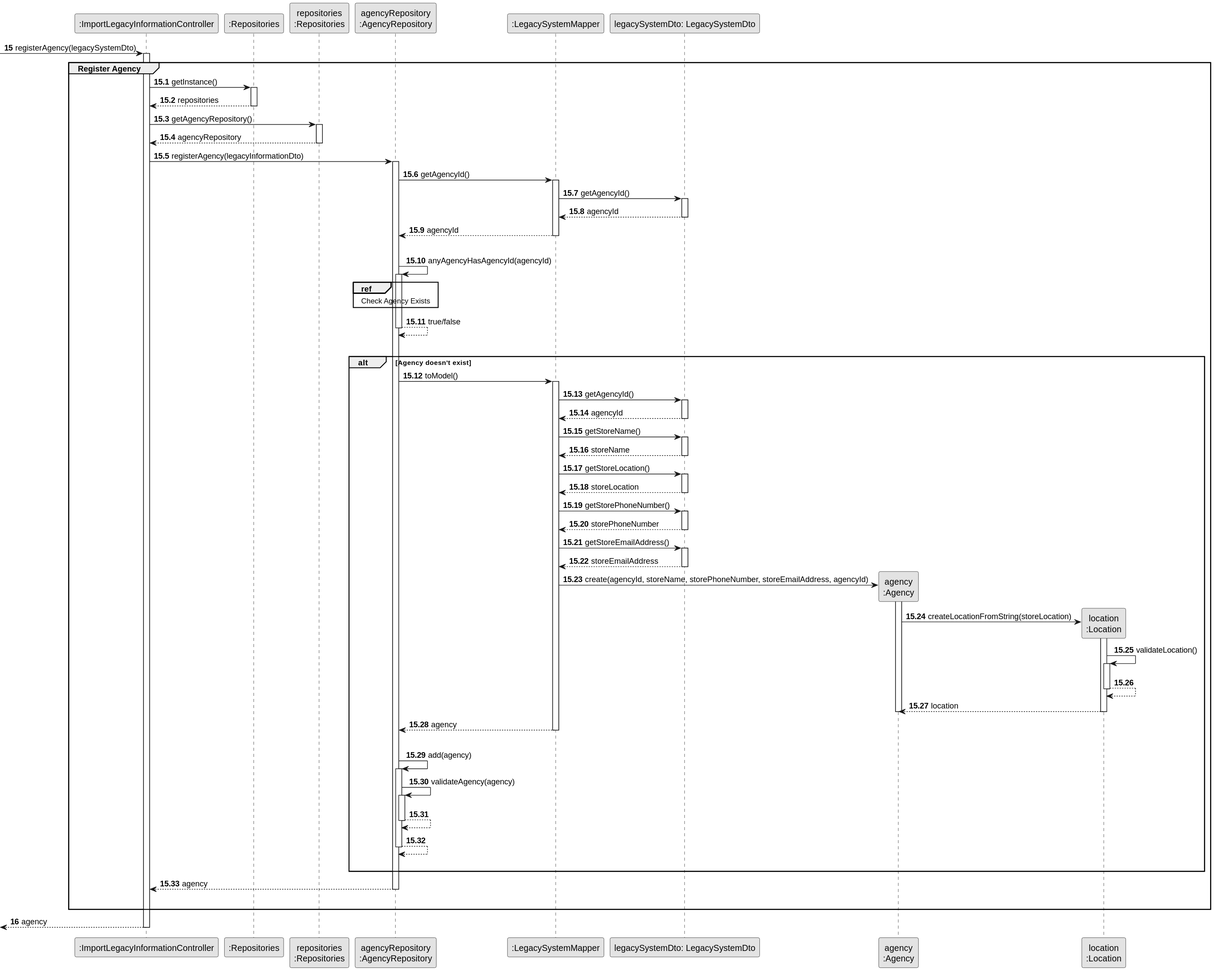
rita-barbosa/LAPR2-2223 keeps this PlantUML diagram as docs/sprintC/us012/03.design/svg/us012-sequence-diagram-partial-register-agency.svg. Above is the earlier version.
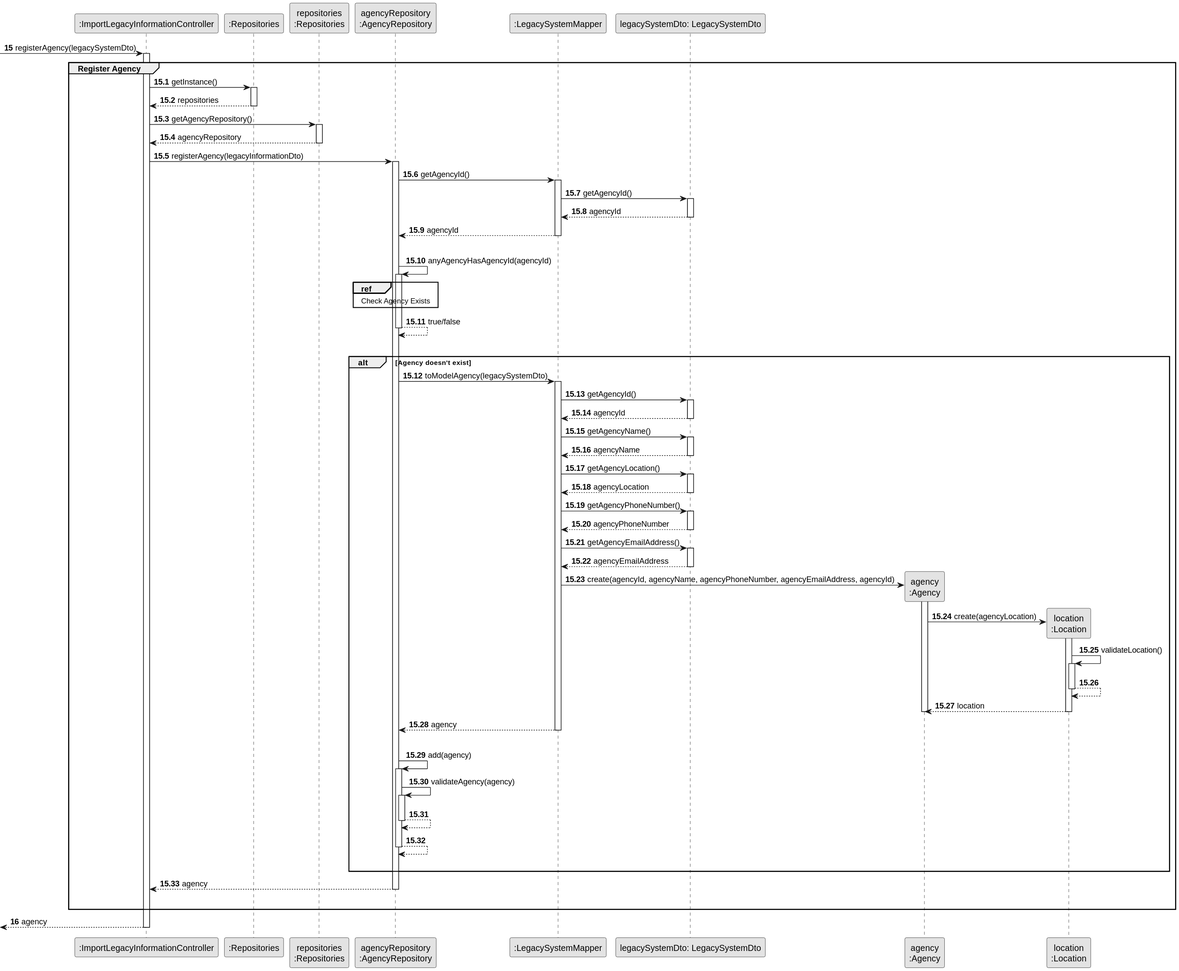
Later version of the same file.

Diff of the diagram source:
```diff
@@ -60,7 +60,7 @@
 
     |||
     alt  Agency doesn't exist
-        AgRep -> LegSysMAPPER :  toModel()
+        AgRep -> LegSysMAPPER :  toModelAgency(legacySystemDto)
         activate LegSysMAPPER
 
         LegSysMAPPER -> LegSysDTO : getAgencyId()
@@ -68,30 +68,30 @@
         LegSysDTO --> LegSysMAPPER : agencyId
         deactivate LegSysDTO
 
-        LegSysMAPPER -> LegSysDTO : getStoreName()
+        LegSysMAPPER -> LegSysDTO : getAgencyName()
         activate LegSysDTO
-        LegSysDTO --> LegSysMAPPER : storeName
+        LegSysDTO --> LegSysMAPPER : agencyName
         deactivate LegSysDTO
 
-        LegSysMAPPER -> LegSysDTO : getStoreLocation()
+        LegSysMAPPER -> LegSysDTO : getAgencyLocation()
         activate LegSysDTO
-        LegSysDTO --> LegSysMAPPER : storeLocation
+        LegSysDTO --> LegSysMAPPER : agencyLocation
         deactivate LegSysDTO
 
-        LegSysMAPPER -> LegSysDTO : getStorePhoneNumber()
+        LegSysMAPPER -> LegSysDTO : getAgencyPhoneNumber()
         activate LegSysDTO
-        LegSysDTO --> LegSysMAPPER : storePhoneNumber
+        LegSysDTO --> LegSysMAPPER : agencyPhoneNumber
         deactivate LegSysDTO
 
-        LegSysMAPPER -> LegSysDTO : getStoreEmailAddress()
+        LegSysMAPPER -> LegSysDTO : getAgencyEmailAddress()
         activate LegSysDTO
-        LegSysDTO --> LegSysMAPPER : storeEmailAddress
+        LegSysDTO --> LegSysMAPPER : agencyEmailAddress
         deactivate LegSysDTO
 
-        LegSysMAPPER -> AGENCY** : create(agencyId, storeName, storePhoneNumber, storeEmailAddress, agencyId)
+        LegSysMAPPER -> AGENCY** : create(agencyId, agencyName, agencyPhoneNumber, agencyEmailAddress, agencyId)
         activate AGENCY
 
-        AGENCY -> LOCATION** : createLocationFromString(storeLocation)
+        AGENCY -> LOCATION** : create(agencyLocation)
         activate LOCATION
 
         LOCATION -> LOCATION: validateLocation()
```
